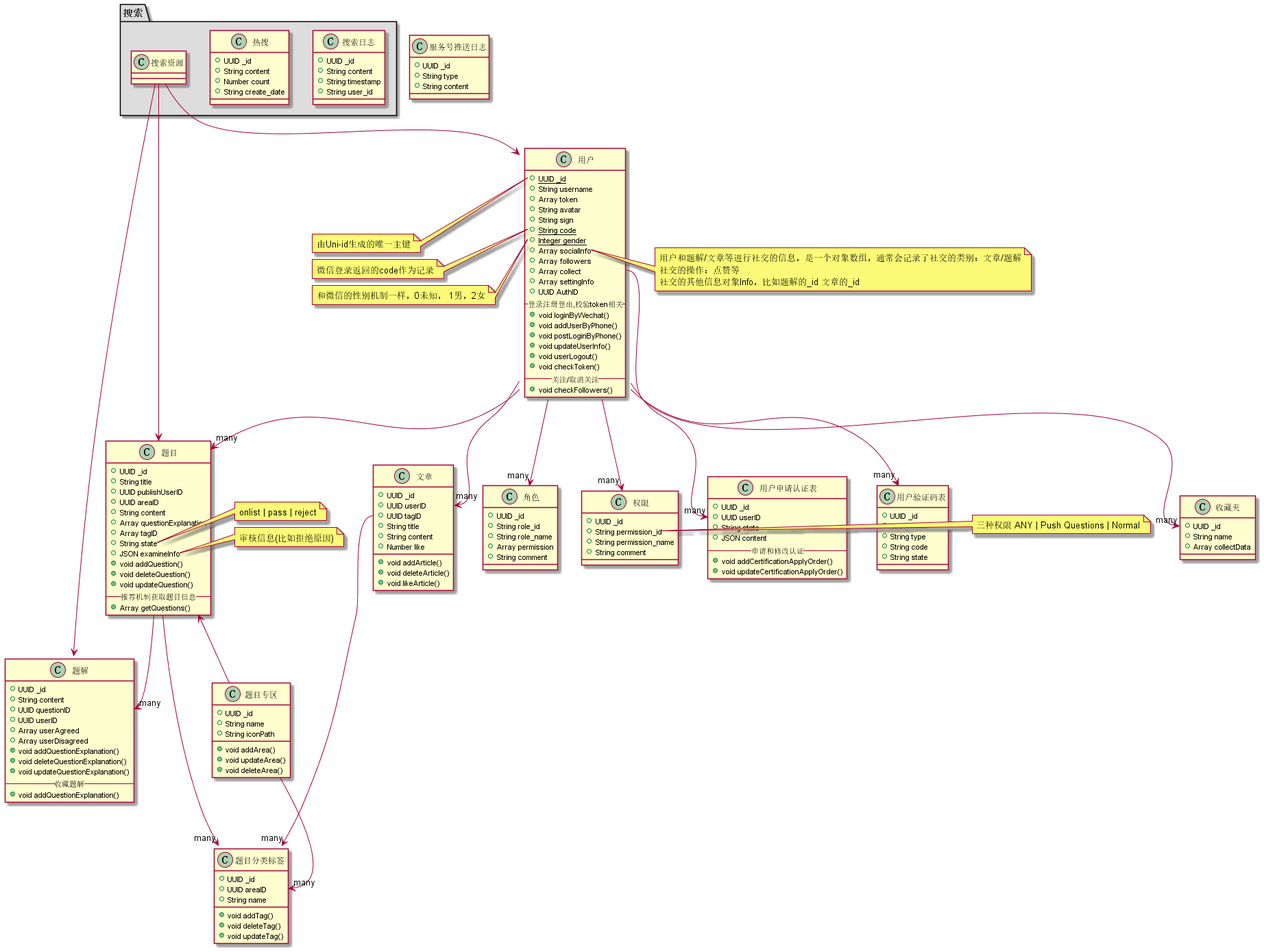
Above: out/doc/db/core/core.png in swordjs/app (PlantUML), before the change.
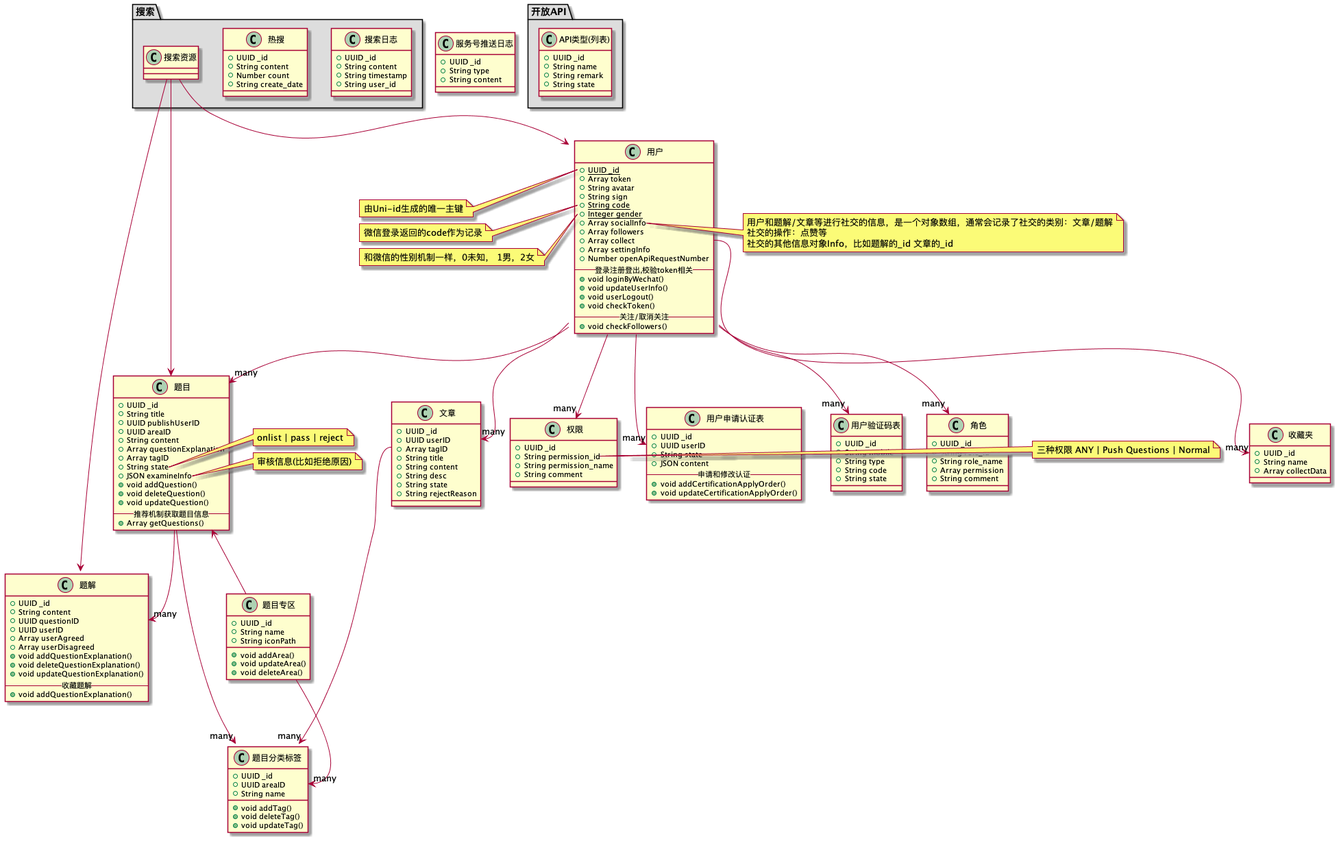
The same diagram one commit later.

Commit message:
[doc]修改readme相关内容

What changed in the source:
```diff
@@ -1,7 +1,6 @@
 @startuml
 class 用户 {
     {static} +UUID _id
-    +String username
     +Array token
     +String avatar
     +String sign
@@ -11,11 +10,9 @@
     +Array followers
     +Array collect
     +Array settingInfo
-    +UUID AuthID
+    +Number openApiRequestNumber
     --登录注册登出,校验token相关--
     +void loginByWechat()
-    +void addUserByPhone()
-    +void postLoginByPhone()
     +void updateUserInfo()
     +void userLogout()
     +void checkToken()
@@ -93,13 +90,12 @@
 class 文章{
     +UUID _id
     +UUID userID
-    +UUID tagID
+    +Array tagID
     +String title
     +String content
-    +Number like
-    +void addArticle()
-    +void deleteArticle()
-    +void likeArticle()
+    +String desc
+    +String state
+    +String rejectReason
 }
 
 class 角色{
@@ -141,6 +137,15 @@
     .搜索资源 --> .题解
 }
 
+namespace 开放API #DDDDDD {
+    class API类型(列表) {
+        +UUID _id
+        +String name
+        +String remark
+        +String state
+    }
+}
+
 题目专区 --> "many" 题目分类标签::areaID
 用户 --> "many" 题目
 用户 --> "many" 用户申请认证表::userID
```
